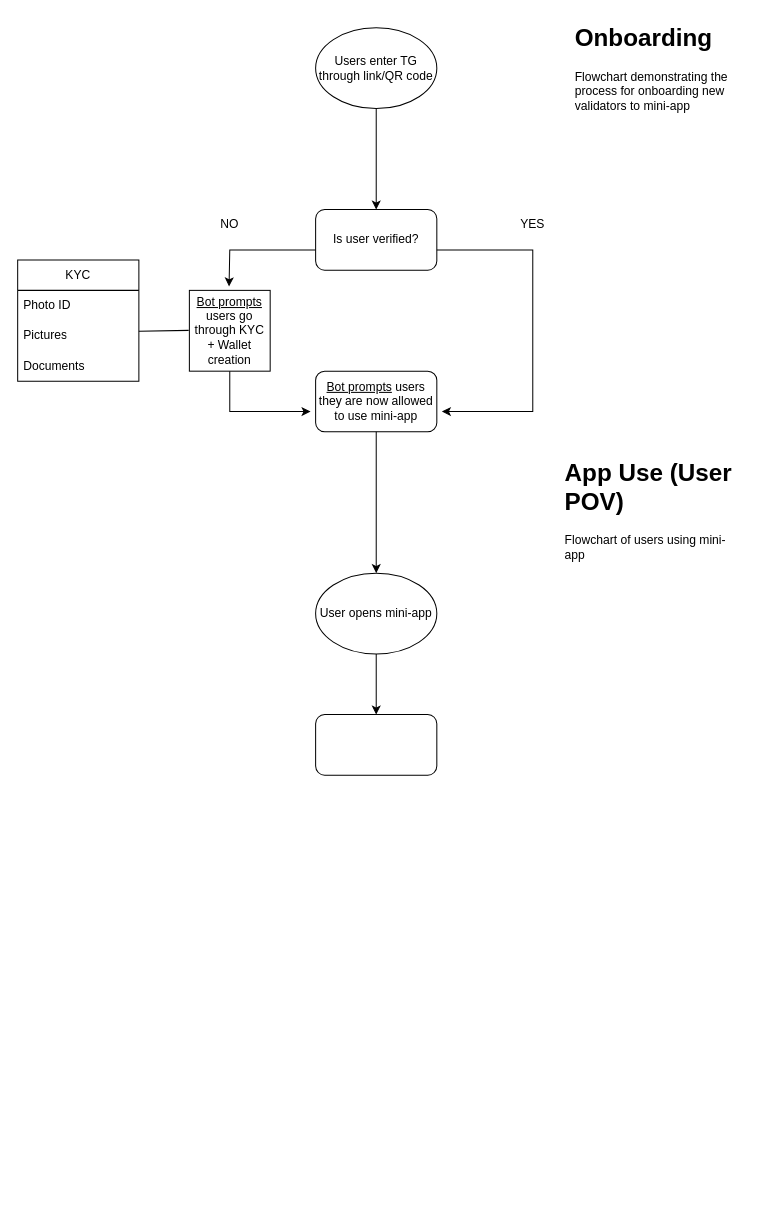
Before: Flowchart.drawio in RobItu/Telegram-mini-app-example, a draw.io diagram. Source tidied: cells renumbered, new cells numbered last; positions are measured from the earlier drawing's top-left corner, leaving out a move shared by most shapes. Both pictures are drawn from the tidied source at 101%, with x=0, y=0 at pixel (17, 17).
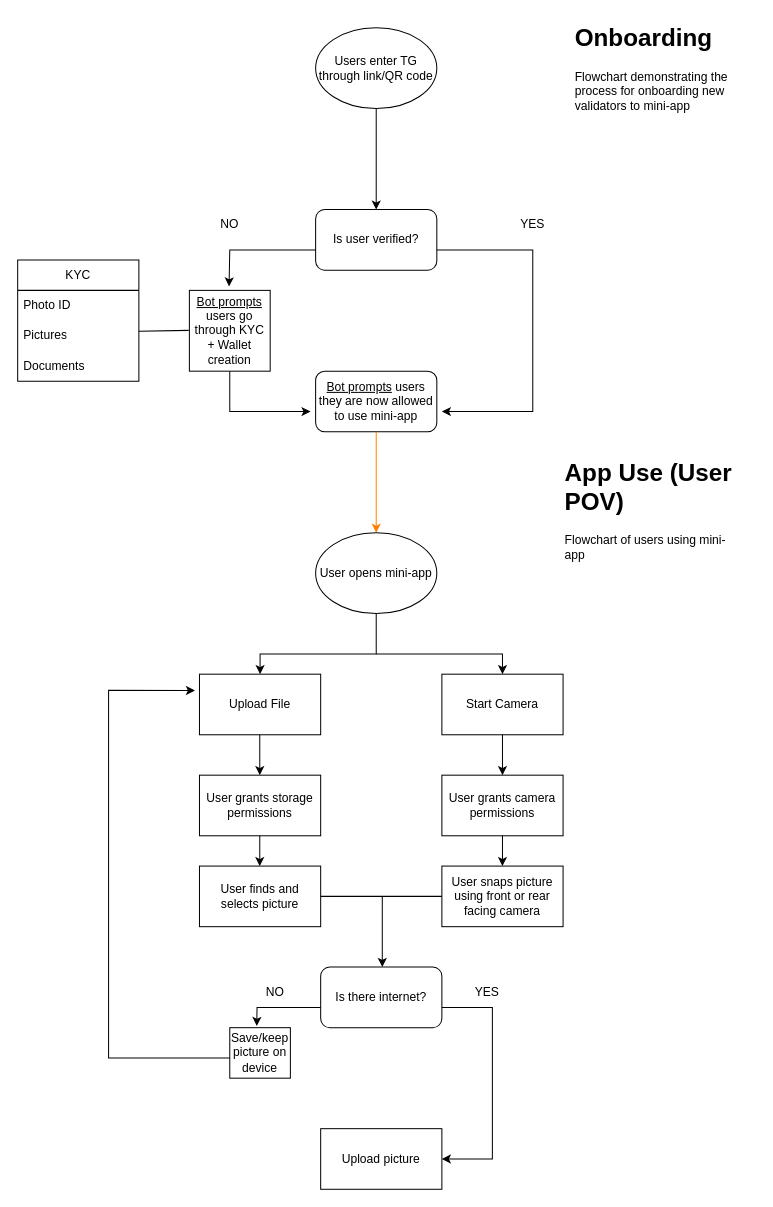
After the change.

What changed in the source:
```diff
@@
-    <mxCell id="18" style="endArrow=classic;html=1;rounded=0;" parent="1" edge="1">
+    <mxCell id="18" style="endArrow=classic;html=1;rounded=0;fillColor=#FF8000;strokeColor=#FF8000;" parent="1" edge="1">
       <mxGeometry relative="1" as="geometry">
         <mxPoint x="355" y="410" as="sourcePoint" />
-        <mxPoint x="355" y="550" as="targetPoint" />
+        <mxPoint x="355" y="510" as="targetPoint" />
       </mxGeometry>
     </mxCell>
@@
     <mxCell id="20" value="User opens mini-app" style="ellipse;whiteSpace=wrap;html=1;" parent="1" vertex="1">
-      <mxGeometry x="295" y="550" width="120" height="80" as="geometry" />
+      <mxGeometry x="295" y="510" width="120" height="80" as="geometry" />
     </mxCell>
-    <mxCell id="21" style="endArrow=classic;html=1;rounded=0;" parent="1" edge="1">
+    <mxCell id="21" style="endArrow=classic;html=1;rounded=0;entryX=0.5;entryY=0;entryDx=0;entryDy=0;" parent="1" edge="1" target="23">
       <mxGeometry relative="1" as="geometry">
-        <mxPoint x="355" y="630" as="sourcePoint" />
-        <mxPoint x="355" y="690" as="targetPoint" />
+        <mxPoint x="355" y="590" as="sourcePoint" />
+        <Array as="points">
+          <mxPoint x="355" y="630" />
+          <mxPoint x="240" y="630" />
+        </Array>
       </mxGeometry>
     </mxCell>
-    <mxCell id="22" style="rounded=1;whiteSpace=wrap;html=1;" parent="1" vertex="1">
-      <mxGeometry x="295" y="690" width="120" height="60" as="geometry" />
-    </mxCell>
+    <mxCell id="23" value="Upload File" style="rounded=0;whiteSpace=wrap;html=1;" parent="1" vertex="1">
+      <mxGeometry x="180" y="650" width="120" height="60" as="geometry" />
+    </mxCell>
+    <mxCell id="24" value="Start Camera" style="rounded=0;whiteSpace=wrap;html=1;" parent="1" vertex="1">
+      <mxGeometry x="420" y="650" width="120" height="60" as="geometry" />
+    </mxCell>
+    <mxCell id="25" style="endArrow=classic;html=1;rounded=0;entryX=0.5;entryY=0;entryDx=0;entryDy=0;" parent="1" edge="1" target="24">
+      <mxGeometry relative="1" as="geometry">
+        <mxPoint x="355" y="630" as="sourcePoint" />
+        <Array as="points">
+          <mxPoint x="480" y="630" />
+        </Array>
+      </mxGeometry>
+    </mxCell>
+    <mxCell id="26" style="endArrow=classic;html=1;rounded=0;" parent="1" edge="1">
+      <mxGeometry relative="1" as="geometry">
+        <mxPoint x="480" y="710" as="sourcePoint" />
+        <mxPoint x="480" y="750" as="targetPoint" />
+      </mxGeometry>
+    </mxCell>
+    <mxCell id="27" style="endArrow=classic;html=1;rounded=0;" parent="1" edge="1">
+      <mxGeometry relative="1" as="geometry">
+        <mxPoint x="239.7" y="710" as="sourcePoint" />
+        <mxPoint x="239.7" y="750" as="targetPoint" />
+      </mxGeometry>
+    </mxCell>
+    <mxCell id="28" value="User snaps picture using front or rear facing camera" style="rounded=0;whiteSpace=wrap;html=1;" parent="1" vertex="1">
+      <mxGeometry x="420" y="840" width="120" height="60" as="geometry" />
+    </mxCell>
+    <mxCell id="29" value="Is there internet?" style="rounded=1;whiteSpace=wrap;html=1;" parent="1" vertex="1">
+      <mxGeometry x="300" y="940" width="120" height="60" as="geometry" />
+    </mxCell>
+    <mxCell id="30" value="YES" style="text;html=1;align=center;verticalAlign=middle;whiteSpace=wrap;rounded=0;" parent="1" vertex="1">
+      <mxGeometry x="435" y="950" width="60" height="30" as="geometry" />
+    </mxCell>
+    <mxCell id="31" value="NO" style="text;html=1;align=center;verticalAlign=middle;whiteSpace=wrap;rounded=0;" parent="1" vertex="1">
+      <mxGeometry x="225" y="950" width="60" height="30" as="geometry" />
+    </mxCell>
+    <mxCell id="32" value="Save/keep picture on device" style="rounded=0;whiteSpace=wrap;html=1;" parent="1" vertex="1">
+      <mxGeometry x="210" y="1000" width="60" height="50" as="geometry" />
+    </mxCell>
+    <mxCell id="33" style="endArrow=classic;html=1;rounded=0;entryX=0.445;entryY=-0.034;entryDx=0;entryDy=0;entryPerimeter=0;" parent="1" edge="1" target="32">
+      <mxGeometry relative="1" as="geometry">
+        <mxPoint x="300" y="980" as="sourcePoint" />
+        <Array as="points">
+          <mxPoint x="237" y="980" />
+        </Array>
+      </mxGeometry>
+    </mxCell>
+    <mxCell id="34" value="Upload picture" style="rounded=0;whiteSpace=wrap;html=1;" parent="1" vertex="1">
+      <mxGeometry x="300" y="1100" width="120" height="60" as="geometry" />
+    </mxCell>
+    <mxCell id="35" value="User grants storage permissions" style="rounded=0;whiteSpace=wrap;html=1;" parent="1" vertex="1">
+      <mxGeometry x="180" y="750" width="120" height="60" as="geometry" />
+    </mxCell>
+    <mxCell id="36" value="User grants camera permissions" style="rounded=0;whiteSpace=wrap;html=1;" parent="1" vertex="1">
+      <mxGeometry x="420" y="750" width="120" height="60" as="geometry" />
+    </mxCell>
+    <mxCell id="37" style="endArrow=classic;html=1;rounded=0;" parent="1" edge="1">
+      <mxGeometry relative="1" as="geometry">
+        <mxPoint x="420" y="980" as="sourcePoint" />
+        <mxPoint x="420" y="1130" as="targetPoint" />
+        <Array as="points">
+          <mxPoint x="470" y="980" />
+          <mxPoint x="470" y="1130" />
+        </Array>
+      </mxGeometry>
+    </mxCell>
+    <mxCell id="38" value="User finds and selects picture" style="rounded=0;whiteSpace=wrap;html=1;" parent="1" vertex="1">
+      <mxGeometry x="180" y="840" width="120" height="60" as="geometry" />
+    </mxCell>
+    <mxCell id="39" style="endArrow=none;html=1;rounded=0;entryX=0;entryY=0.5;entryDx=0;entryDy=0;" parent="1" edge="1" target="28">
+      <mxGeometry relative="1" as="geometry">
+        <mxPoint x="300" y="870" as="sourcePoint" />
+      </mxGeometry>
+    </mxCell>
+    <mxCell id="40" style="endArrow=classic;html=1;rounded=0;entryX=0.417;entryY=-0.002;entryDx=0;entryDy=0;entryPerimeter=0;" parent="1" edge="1">
+      <mxGeometry relative="1" as="geometry">
+        <mxPoint x="361" y="870" as="sourcePoint" />
+        <mxPoint x="361" y="939.9" as="targetPoint" />
+      </mxGeometry>
+    </mxCell>
+    <mxCell id="41" style="endArrow=classic;html=1;rounded=0;entryX=-0.037;entryY=0.269;entryDx=0;entryDy=0;entryPerimeter=0;" parent="1" edge="1" target="23">
+      <mxGeometry relative="1" as="geometry">
+        <mxPoint x="210" y="1030" as="sourcePoint" />
+        <Array as="points">
+          <mxPoint x="90" y="1030" />
+          <mxPoint x="90" y="666" />
+        </Array>
+      </mxGeometry>
+    </mxCell>
+    <mxCell id="42" style="endArrow=classic;html=1;rounded=0;" parent="1" edge="1">
+      <mxGeometry relative="1" as="geometry">
+        <mxPoint x="239.7" y="810" as="sourcePoint" />
+        <mxPoint x="239.7" y="840" as="targetPoint" />
+      </mxGeometry>
+    </mxCell>
+    <mxCell id="43" style="endArrow=classic;html=1;rounded=0;" parent="1" edge="1">
+      <mxGeometry relative="1" as="geometry">
+        <mxPoint x="480" y="810" as="sourcePoint" />
+        <mxPoint x="480" y="840" as="targetPoint" />
+      </mxGeometry>
+    </mxCell>
```
